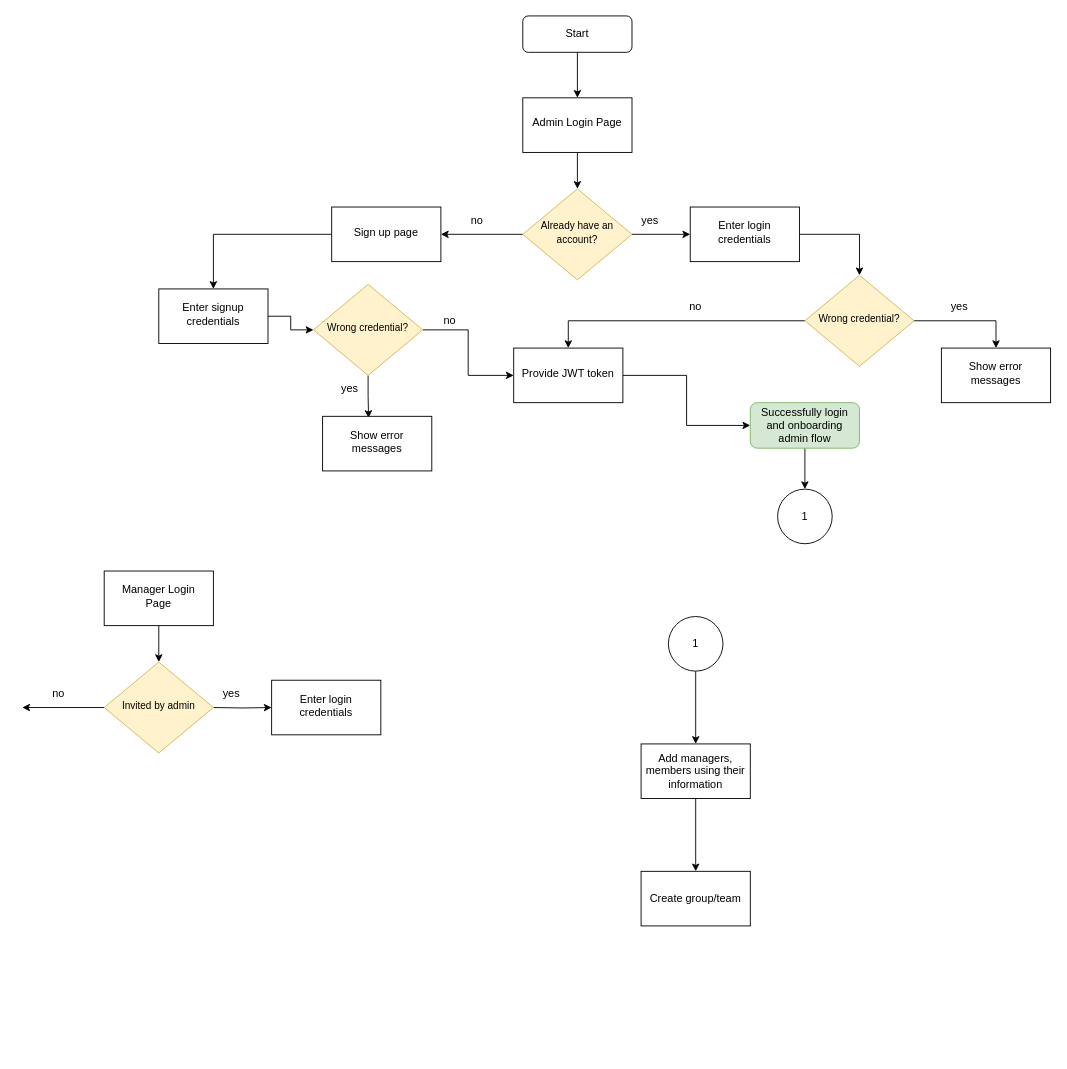
Before: Untitled Diagram.drawio in Riaz9588/Bit-Softs, a draw.io diagram. Source tidied: cells renumbered, new cells numbered last; positions are measured from the earlier drawing's top-left corner, leaving out a move shared by most shapes. Both pictures are drawn from the tidied source at 91%, with x=0, y=0 at pixel (22, 15).
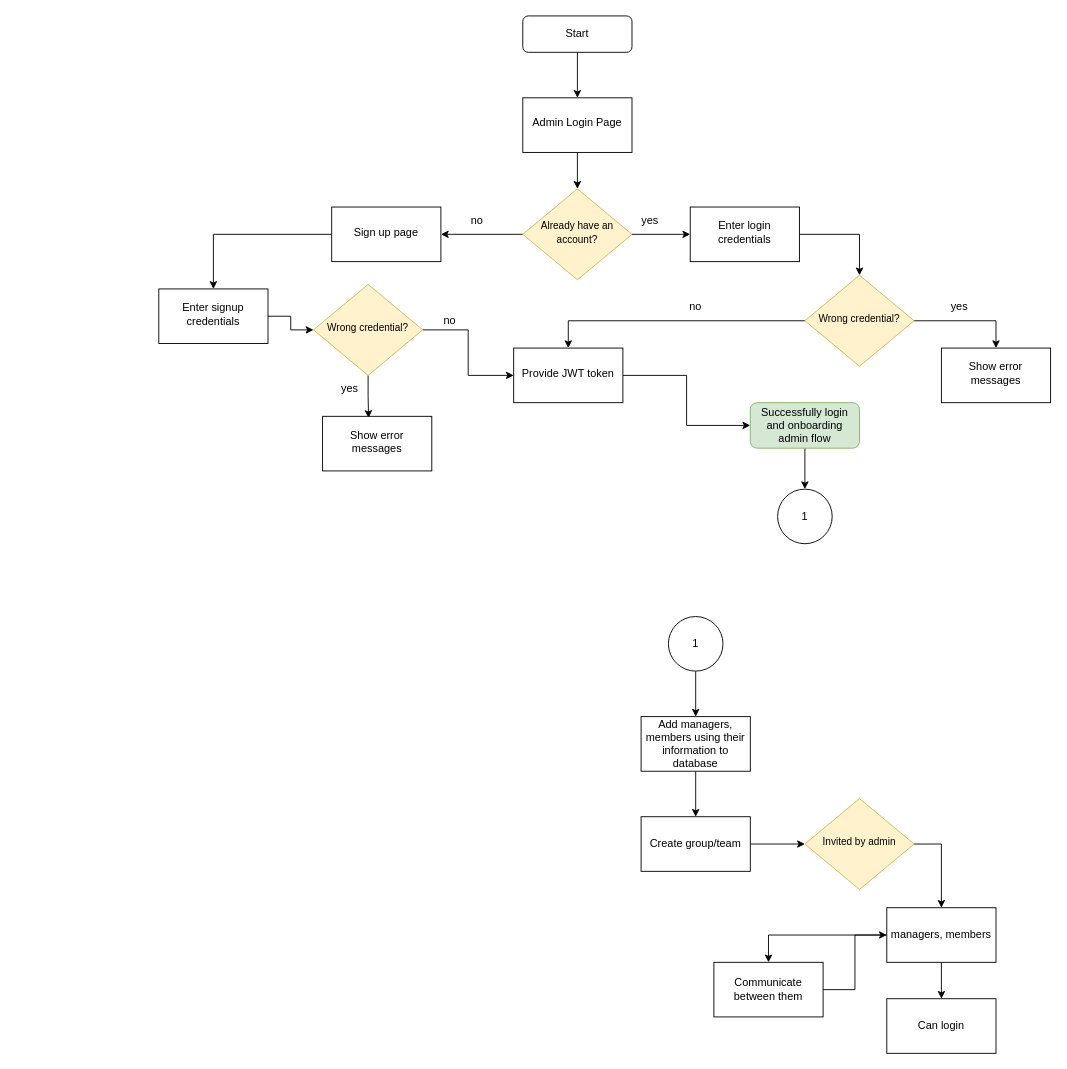
Above is the later version.

Change to the diagram source:
```diff
@@
-    <mxCell id="37" value="Add managers, members using their information" style="whiteSpace=wrap;html=1;" parent="1" vertex="1">
-      <mxGeometry x="680" y="800" width="120" height="60" as="geometry" />
+    <mxCell id="37" value="Add managers, members using their information to database" style="whiteSpace=wrap;html=1;" parent="1" vertex="1">
+      <mxGeometry x="680" y="770" width="120" height="60" as="geometry" />
     </mxCell>
-    <mxCell id="38" style="edgeStyle=orthogonalEdgeStyle;rounded=0;orthogonalLoop=1;jettySize=auto;html=1;" parent="1" edge="1">
-      <mxGeometry relative="1" as="geometry">
-        <mxPoint x="90" y="760" as="sourcePoint" />
-        <mxPoint y="760" as="targetPoint" />
-      </mxGeometry>
-    </mxCell>
-    <mxCell id="39" style="edgeStyle=orthogonalEdgeStyle;rounded=0;jettySize=auto;html=1;entryX=0;entryY=0.5;entryDx=0;entryDy=0;" parent="1" edge="1" target="42">
-      <mxGeometry relative="1" as="geometry">
-        <mxPoint x="210" y="760" as="sourcePoint" />
-      </mxGeometry>
-    </mxCell>
-    <mxCell id="40" value="no" style="text;strokeColor=none;align=center;fillColor=none;html=1;verticalAlign=middle;whiteSpace=wrap;rounded=0;" parent="1" vertex="1">
-      <mxGeometry x="10" y="730" width="60" height="30" as="geometry" />
-    </mxCell>
-    <mxCell id="41" value="yes" style="text;strokeColor=none;align=center;fillColor=none;html=1;verticalAlign=middle;whiteSpace=wrap;rounded=0;" parent="1" vertex="1">
-      <mxGeometry x="200" y="730" width="60" height="30" as="geometry" />
-    </mxCell>
-    <mxCell id="42" value="Enter login credentials" style="whiteSpace=wrap;html=1;shadow=0;strokeWidth=1;spacing=6;spacingTop=-4;" parent="1" vertex="1">
-      <mxGeometry x="274" y="730" width="120" height="60" as="geometry" />
-    </mxCell>
-    <mxCell id="43" style="edgeStyle=orthogonalEdgeStyle;rounded=0;jettySize=auto;html=1;entryX=0.5;entryY=0;entryDx=0;entryDy=0;" parent="1" edge="1" source="44">
-      <mxGeometry relative="1" as="geometry">
-        <mxPoint x="150" y="710" as="targetPoint" />
-      </mxGeometry>
-    </mxCell>
-    <mxCell id="44" value="Manager Login Page" style="whiteSpace=wrap;html=1;shadow=0;strokeWidth=1;spacing=6;spacingTop=-4;" parent="1" vertex="1">
-      <mxGeometry x="90" y="610" width="120" height="60" as="geometry" />
-    </mxCell>
+    <mxCell id="47" style="edgeStyle=orthogonalEdgeStyle;rounded=0;jettySize=auto;html=1;exitX=1;exitY=0.5;exitDx=0;exitDy=0;entryX=0.5;entryY=0;entryDx=0;entryDy=0;" parent="1" edge="1" source="45" target="51">
+      <mxGeometry relative="1" as="geometry" />
+    </mxCell>
     <mxCell id="45" value="&lt;span style=&quot;font-size: 11px;&quot;&gt;Invited by admin&lt;/span&gt;" style="rhombus;whiteSpace=wrap;html=1;shadow=0;fontFamily=Helvetica;fontSize=12;align=center;strokeWidth=1;spacing=6;spacingTop=-4;fillColor=#fff2cc;strokeColor=#d6b656;" parent="1" vertex="1">
-      <mxGeometry x="90" y="710" width="120" height="100" as="geometry" />
+      <mxGeometry x="860" y="860" width="120" height="100" as="geometry" />
     </mxCell>
+    <mxCell id="48" style="edgeStyle=orthogonalEdgeStyle;rounded=0;jettySize=auto;html=1;entryX=0;entryY=0.5;entryDx=0;entryDy=0;" parent="1" edge="1" source="46" target="45">
+      <mxGeometry relative="1" as="geometry" />
+    </mxCell>
     <mxCell id="46" value="Create group/team" style="whiteSpace=wrap;html=1;" parent="1" vertex="1">
-      <mxGeometry x="680" y="940" width="120" height="60" as="geometry" />
+      <mxGeometry x="680" y="880" width="120" height="60" as="geometry" />
     </mxCell>
+    <mxCell id="49" style="edgeStyle=orthogonalEdgeStyle;rounded=0;jettySize=auto;html=1;entryX=0.5;entryY=0;entryDx=0;entryDy=0;" parent="1" edge="1" source="51" target="52">
+      <mxGeometry relative="1" as="geometry" />
+    </mxCell>
+    <mxCell id="50" style="edgeStyle=orthogonalEdgeStyle;rounded=0;jettySize=auto;html=1;entryX=0.5;entryY=0;entryDx=0;entryDy=0;" parent="1" edge="1" source="51" target="54">
+      <mxGeometry relative="1" as="geometry" />
+    </mxCell>
+    <mxCell id="51" value="managers, members" style="whiteSpace=wrap;html=1;" parent="1" vertex="1">
+      <mxGeometry x="950" y="980" width="120" height="60" as="geometry" />
+    </mxCell>
+    <mxCell id="52" value="Can login" style="whiteSpace=wrap;html=1;" parent="1" vertex="1">
+      <mxGeometry x="950" y="1080" width="120" height="60" as="geometry" />
+    </mxCell>
+    <mxCell id="53" style="edgeStyle=orthogonalEdgeStyle;rounded=0;jettySize=auto;html=1;entryX=0;entryY=0.5;entryDx=0;entryDy=0;" parent="1" edge="1" source="54" target="51">
+      <mxGeometry relative="1" as="geometry" />
+    </mxCell>
+    <mxCell id="54" value="Communicate between them" style="whiteSpace=wrap;html=1;" parent="1" vertex="1">
+      <mxGeometry x="760" y="1040" width="120" height="60" as="geometry" />
+    </mxCell>
```
